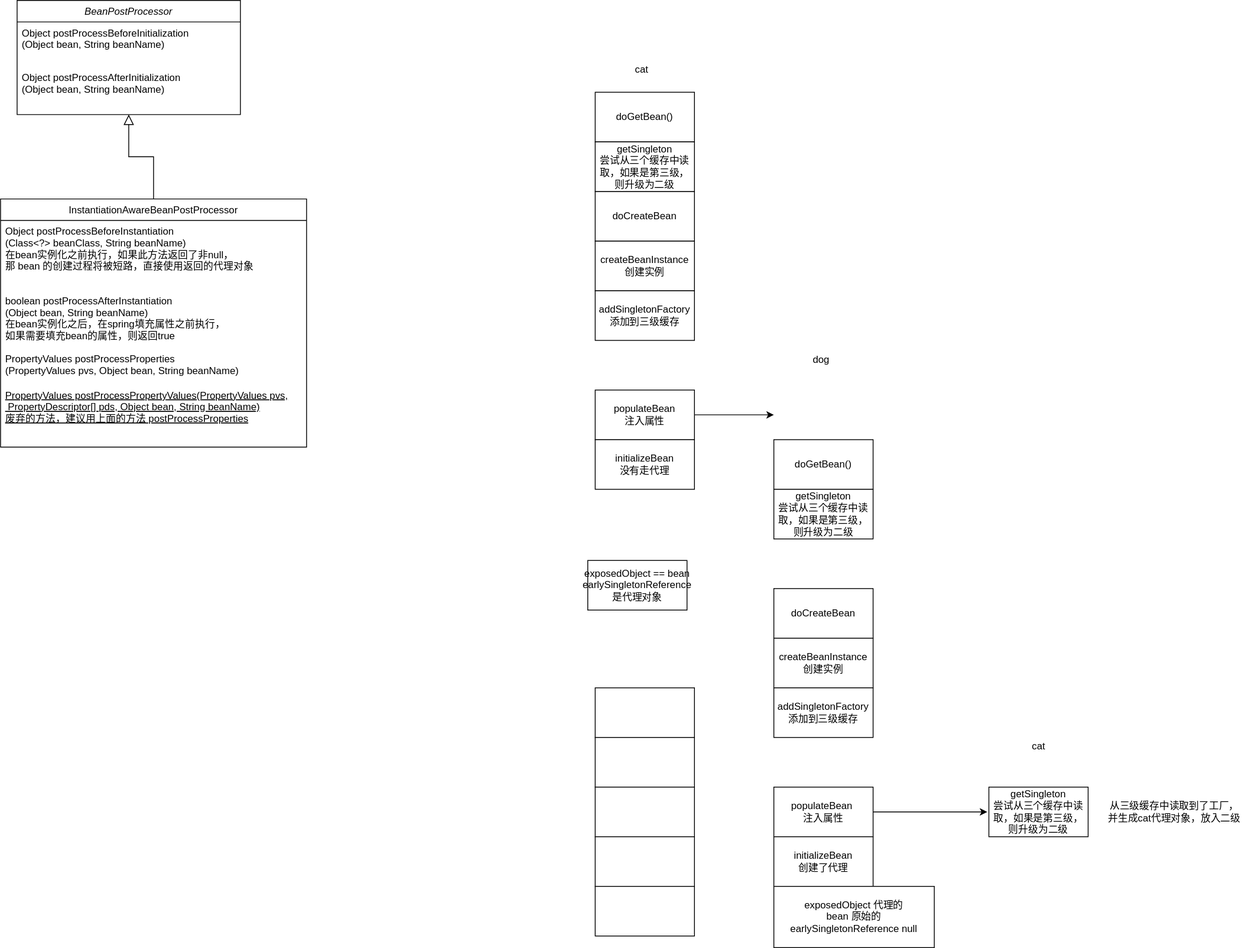
The draw.io diagram spring.svg in peihuanhuan/draw.io, before a commit. Source tidied: cells renumbered, new cells last; positions are measured from the earlier drawing's top-left corner, leaving out a move shared by most shapes.
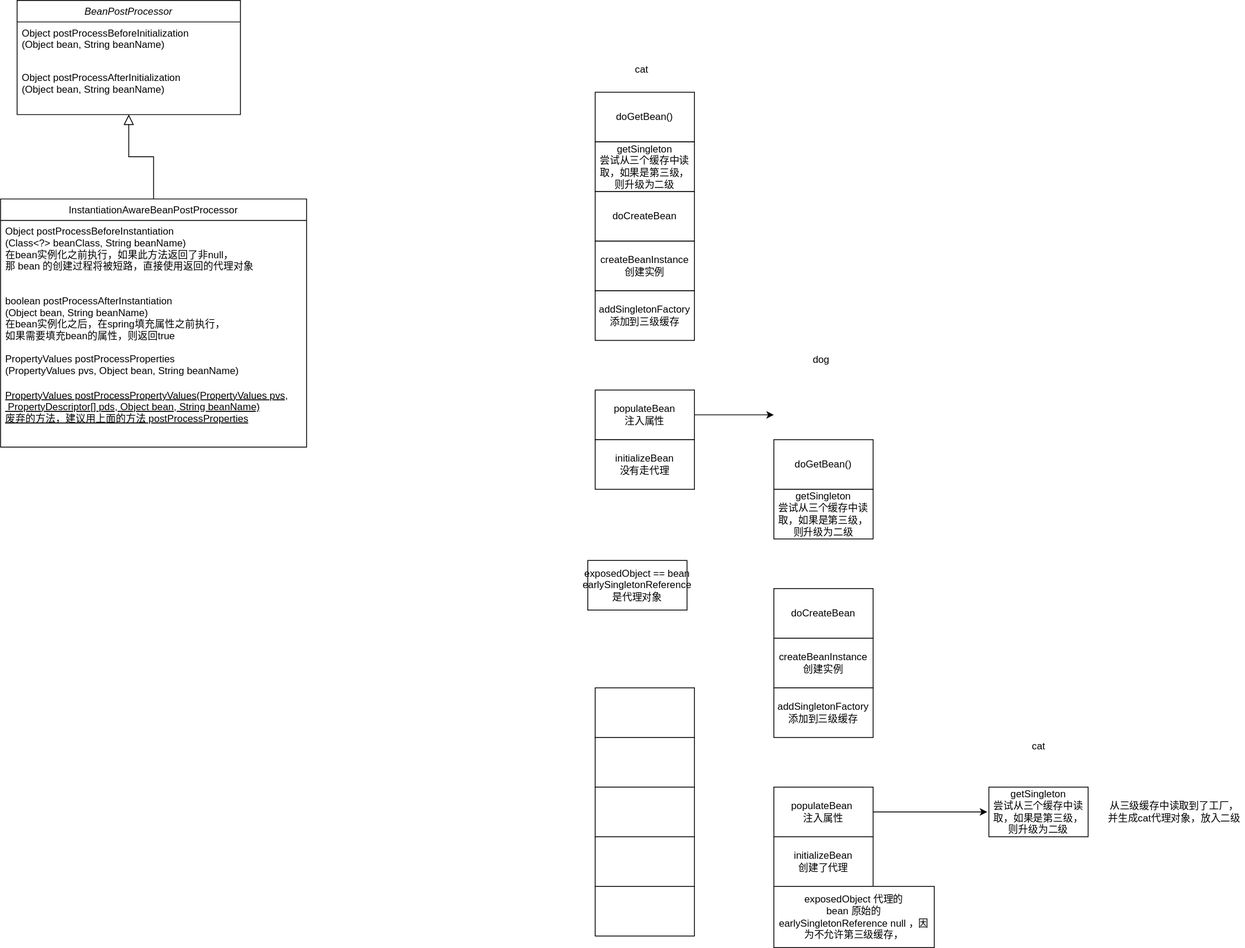
After the change.

Change to the diagram source:
```diff
@@ -96,7 +96,7 @@
     <mxCell id="31" value="&lt;span&gt;initializeBean&lt;br&gt;创建了代理&lt;br&gt;&lt;/span&gt;" style="rounded=0;whiteSpace=wrap;html=1;" parent="1" vertex="1">
       <mxGeometry x="935" y="1011" width="120" height="60" as="geometry" />
     </mxCell>
-    <mxCell id="32" value="exposedObject 代理的&lt;br&gt;bean 原始的&lt;br&gt;earlySingletonReference null" style="rounded=0;whiteSpace=wrap;html=1;" parent="1" vertex="1">
+    <mxCell id="32" value="exposedObject 代理的&lt;br&gt;bean 原始的&lt;br&gt;earlySingletonReference null ，因为不允许第三级缓存，" style="rounded=0;whiteSpace=wrap;html=1;" parent="1" vertex="1">
       <mxGeometry x="935" y="1071" width="194" height="74" as="geometry" />
     </mxCell>
     <mxCell id="33" value="getSingleton&lt;br&gt;尝试从三个缓存中读取，如果是第三级，则升级为二级" style="rounded=0;whiteSpace=wrap;html=1;" parent="1" vertex="1">
```
